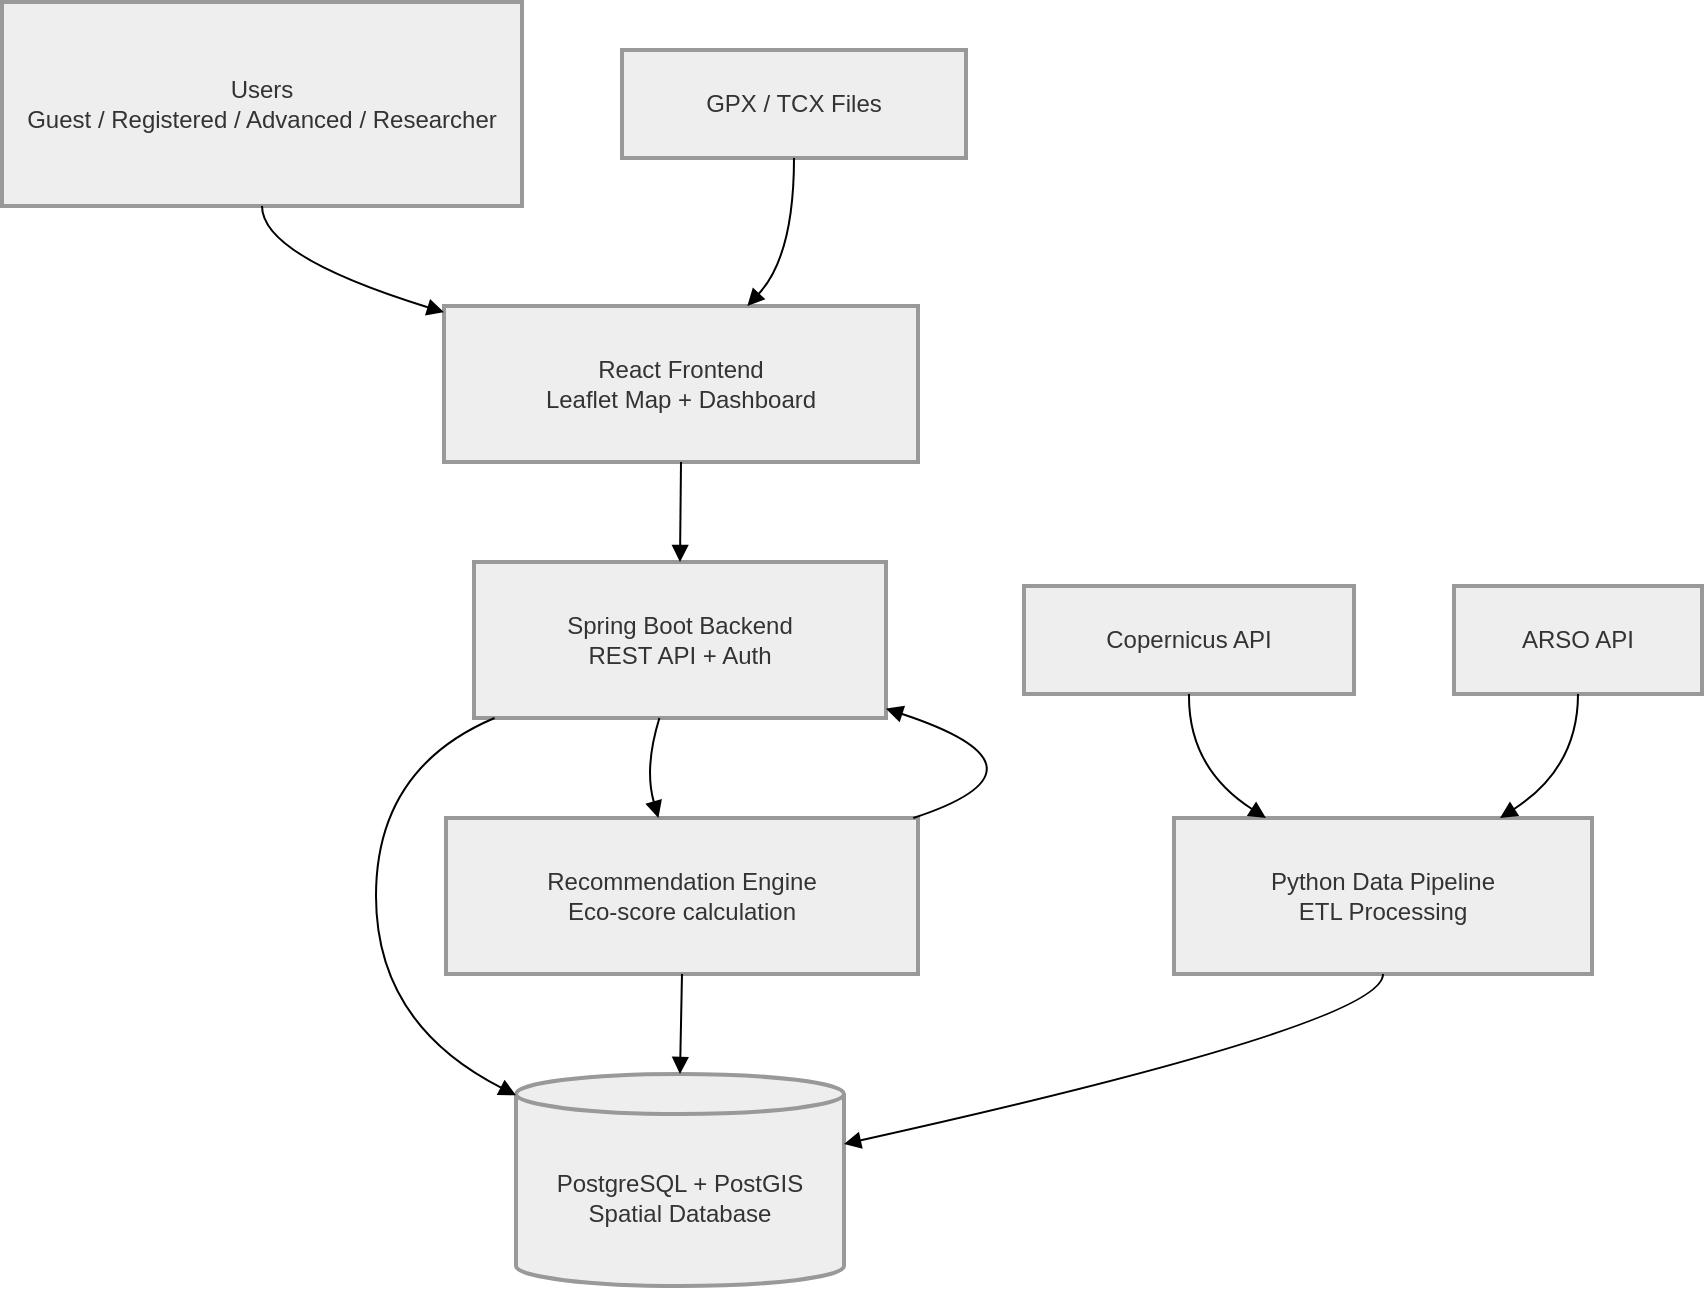
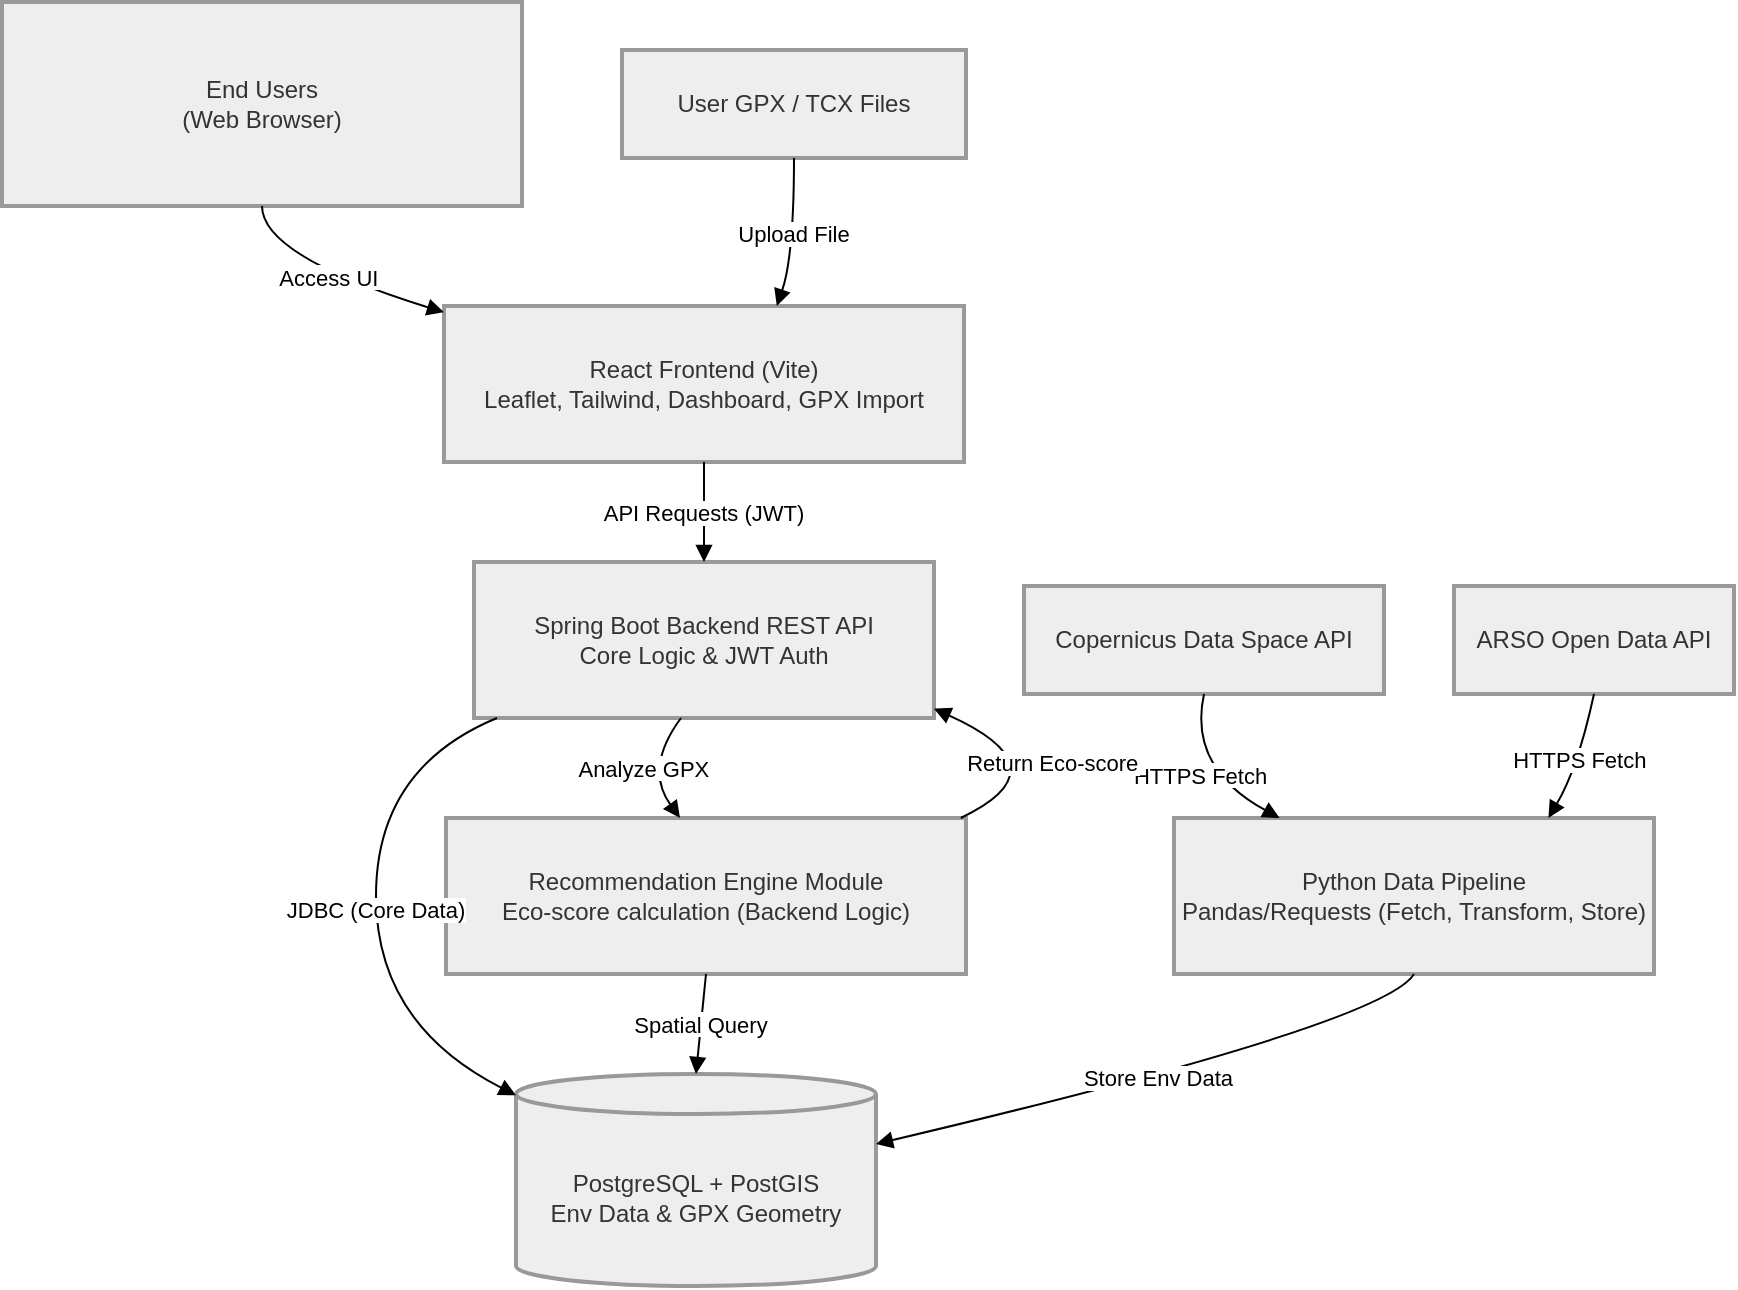
<mxfile host="app.diagrams.net">
  <diagram name="Page-1" id="U_t4-fAtqemPSVNyrnis">
    <mxGraphModel dx="1235" dy="937" grid="1" gridSize="10" guides="1" tooltips="1" connect="1" arrows="1" fold="1" page="1" pageScale="1" pageWidth="850" pageHeight="1100" math="0" shadow="0">
      <root>
        <mxCell id="0" />
        <mxCell id="1" parent="0" />
-         <mxCell id="7QgSK1ZEW6YmNKjq32Tt-1" parent="1" style="whiteSpace=wrap;strokeWidth=2;fillColor=light-dark(#eeeeee,#1f2020);strokeColor=light-dark(#999999,#cccccc);fontColor=light-dark(#333333,#cccccc);" value="Users&#xa;Guest / Registered / Advanced / Researcher" vertex="1">
+         <mxCell id="7QgSK1ZEW6YmNKjq32Tt-1" parent="1" style="whiteSpace=wrap;strokeWidth=2;fillColor=light-dark(#eeeeee,#1f2020);strokeColor=light-dark(#999999,#cccccc);fontColor=light-dark(#333333,#cccccc);" value="End Users&#xa;(Web Browser)" vertex="1">
          <mxGeometry height="102" width="260" x="20" y="20" as="geometry" />
        </mxCell>
-         <mxCell id="7QgSK1ZEW6YmNKjq32Tt-2" parent="1" style="whiteSpace=wrap;strokeWidth=2;fillColor=light-dark(#eeeeee,#1f2020);strokeColor=light-dark(#999999,#cccccc);fontColor=light-dark(#333333,#cccccc);" value="React Frontend&#xa;Leaflet Map + Dashboard" vertex="1">
-           <mxGeometry height="78" width="237" x="241" y="172" as="geometry" />
+         <mxCell id="7QgSK1ZEW6YmNKjq32Tt-2" parent="1" style="whiteSpace=wrap;strokeWidth=2;fillColor=light-dark(#eeeeee,#1f2020);strokeColor=light-dark(#999999,#cccccc);fontColor=light-dark(#333333,#cccccc);" value="React Frontend (Vite)&#xa;Leaflet, Tailwind, Dashboard, GPX Import" vertex="1">
+           <mxGeometry height="78" width="260" x="241" y="172" as="geometry" />
        </mxCell>
-         <mxCell id="7QgSK1ZEW6YmNKjq32Tt-3" parent="1" style="whiteSpace=wrap;strokeWidth=2;fillColor=light-dark(#eeeeee,#1f2020);strokeColor=light-dark(#999999,#cccccc);fontColor=light-dark(#333333,#cccccc);" value="Spring Boot Backend&#xa;REST API + Auth" vertex="1">
-           <mxGeometry height="78" width="206" x="256" y="300" as="geometry" />
+         <mxCell id="7QgSK1ZEW6YmNKjq32Tt-3" parent="1" style="whiteSpace=wrap;strokeWidth=2;fillColor=light-dark(#eeeeee,#1f2020);strokeColor=light-dark(#999999,#cccccc);fontColor=light-dark(#333333,#cccccc);" value="Spring Boot Backend REST API&#xa;Core Logic &amp; JWT Auth" vertex="1">
+           <mxGeometry height="78" width="230" x="256" y="300" as="geometry" />
        </mxCell>
-         <mxCell id="7QgSK1ZEW6YmNKjq32Tt-4" parent="1" style="shape=cylinder3;boundedLbl=1;backgroundOutline=1;size=10;strokeWidth=2;whiteSpace=wrap;fillColor=light-dark(#eeeeee,#1f2020);strokeColor=light-dark(#999999,#cccccc);fontColor=light-dark(#333333,#cccccc);" value="PostgreSQL + PostGIS&#xa;Spatial Database" vertex="1">
-           <mxGeometry height="106" width="164" x="277" y="556" as="geometry" />
+         <mxCell id="7QgSK1ZEW6YmNKjq32Tt-4" parent="1" style="shape=cylinder3;boundedLbl=1;backgroundOutline=1;size=10;strokeWidth=2;whiteSpace=wrap;fillColor=light-dark(#eeeeee,#1f2020);strokeColor=light-dark(#999999,#cccccc);fontColor=light-dark(#333333,#cccccc);" value="PostgreSQL + PostGIS&#xa;Env Data &amp; GPX Geometry" vertex="1">
+           <mxGeometry height="106" width="180" x="277" y="556" as="geometry" />
        </mxCell>
-         <mxCell id="7QgSK1ZEW6YmNKjq32Tt-5" parent="1" style="whiteSpace=wrap;strokeWidth=2;fillColor=light-dark(#eeeeee,#1f2020);strokeColor=light-dark(#999999,#cccccc);fontColor=light-dark(#333333,#cccccc);" value="Python Data Pipeline&#xa;ETL Processing" vertex="1">
-           <mxGeometry height="78" width="209" x="606" y="428" as="geometry" />
+         <mxCell id="7QgSK1ZEW6YmNKjq32Tt-5" parent="1" style="whiteSpace=wrap;strokeWidth=2;fillColor=light-dark(#eeeeee,#1f2020);strokeColor=light-dark(#999999,#cccccc);fontColor=light-dark(#333333,#cccccc);" value="Python Data Pipeline&#xa;Pandas/Requests (Fetch, Transform, Store)" vertex="1">
+           <mxGeometry height="78" width="240" x="606" y="428" as="geometry" />
        </mxCell>
-         <mxCell id="7QgSK1ZEW6YmNKjq32Tt-6" parent="1" style="whiteSpace=wrap;strokeWidth=2;fillColor=light-dark(#eeeeee,#1f2020);strokeColor=light-dark(#999999,#cccccc);fontColor=light-dark(#333333,#cccccc);" value="Copernicus API" vertex="1">
-           <mxGeometry height="54" width="165" x="531" y="312" as="geometry" />
+         <mxCell id="7QgSK1ZEW6YmNKjq32Tt-6" parent="1" style="whiteSpace=wrap;strokeWidth=2;fillColor=light-dark(#eeeeee,#1f2020);strokeColor=light-dark(#999999,#cccccc);fontColor=light-dark(#333333,#cccccc);" value="Copernicus Data Space API" vertex="1">
+           <mxGeometry height="54" width="180" x="531" y="312" as="geometry" />
        </mxCell>
-         <mxCell id="7QgSK1ZEW6YmNKjq32Tt-7" parent="1" style="whiteSpace=wrap;strokeWidth=2;fillColor=light-dark(#eeeeee,#1f2020);strokeColor=light-dark(#999999,#cccccc);fontColor=light-dark(#333333,#cccccc);" value="ARSO API" vertex="1">
-           <mxGeometry height="54" width="124" x="746" y="312" as="geometry" />
+         <mxCell id="7QgSK1ZEW6YmNKjq32Tt-7" parent="1" style="whiteSpace=wrap;strokeWidth=2;fillColor=light-dark(#eeeeee,#1f2020);strokeColor=light-dark(#999999,#cccccc);fontColor=light-dark(#333333,#cccccc);" value="ARSO Open Data API" vertex="1">
+           <mxGeometry height="54" width="140" x="746" y="312" as="geometry" />
        </mxCell>
-         <mxCell id="7QgSK1ZEW6YmNKjq32Tt-8" parent="1" style="whiteSpace=wrap;strokeWidth=2;fillColor=light-dark(#eeeeee,#1f2020);strokeColor=light-dark(#999999,#cccccc);fontColor=light-dark(#333333,#cccccc);" value="GPX / TCX Files" vertex="1">
+         <mxCell id="7QgSK1ZEW6YmNKjq32Tt-8" parent="1" style="whiteSpace=wrap;strokeWidth=2;fillColor=light-dark(#eeeeee,#1f2020);strokeColor=light-dark(#999999,#cccccc);fontColor=light-dark(#333333,#cccccc);" value="User GPX / TCX Files" vertex="1">
          <mxGeometry height="54" width="172" x="330" y="44" as="geometry" />
        </mxCell>
-         <mxCell id="7QgSK1ZEW6YmNKjq32Tt-9" parent="1" style="whiteSpace=wrap;strokeWidth=2;fillColor=light-dark(#eeeeee,#1f2020);strokeColor=light-dark(#999999,#cccccc);fontColor=light-dark(#333333,#cccccc);" value="Recommendation Engine&#xa;Eco-score calculation" vertex="1">
-           <mxGeometry height="78" width="236" x="242" y="428" as="geometry" />
+         <mxCell id="7QgSK1ZEW6YmNKjq32Tt-9" parent="1" style="whiteSpace=wrap;strokeWidth=2;fillColor=light-dark(#eeeeee,#1f2020);strokeColor=light-dark(#999999,#cccccc);fontColor=light-dark(#333333,#cccccc);" value="Recommendation Engine Module&#xa;Eco-score calculation (Backend Logic)" vertex="1">
+           <mxGeometry height="78" width="260" x="242" y="428" as="geometry" />
        </mxCell>
-         <mxCell id="7QgSK1ZEW6YmNKjq32Tt-10" edge="1" parent="1" source="7QgSK1ZEW6YmNKjq32Tt-1" style="curved=1;startArrow=none;endArrow=block;exitX=0.5;exitY=1;entryX=0;entryY=0.04;rounded=0;" target="7QgSK1ZEW6YmNKjq32Tt-2" value="">
+         <mxCell id="7QgSK1ZEW6YmNKjq32Tt-10" edge="1" parent="1" source="7QgSK1ZEW6YmNKjq32Tt-1" style="curved=1;startArrow=none;endArrow=block;exitX=0.5;exitY=1;entryX=0;entryY=0.04;rounded=0;" target="7QgSK1ZEW6YmNKjq32Tt-2" value="Access UI">
          <mxGeometry relative="1" as="geometry">
            <Array as="points">
              <mxPoint x="150" y="147" />
            </Array>
          </mxGeometry>
        </mxCell>
-         <mxCell id="7QgSK1ZEW6YmNKjq32Tt-11" edge="1" parent="1" source="7QgSK1ZEW6YmNKjq32Tt-2" style="curved=1;startArrow=none;endArrow=block;exitX=0.5;exitY=1;entryX=0.5;entryY=0;rounded=0;" target="7QgSK1ZEW6YmNKjq32Tt-3" value="">
+         <mxCell id="7QgSK1ZEW6YmNKjq32Tt-11" edge="1" parent="1" source="7QgSK1ZEW6YmNKjq32Tt-2" style="curved=1;startArrow=none;endArrow=block;exitX=0.5;exitY=1;entryX=0.5;entryY=0;rounded=0;" target="7QgSK1ZEW6YmNKjq32Tt-3" value="API Requests (JWT)">
          <mxGeometry relative="1" as="geometry">
            <Array as="points" />
          </mxGeometry>
        </mxCell>
-         <mxCell id="7QgSK1ZEW6YmNKjq32Tt-12" edge="1" parent="1" source="7QgSK1ZEW6YmNKjq32Tt-3" style="curved=1;startArrow=none;endArrow=block;exitX=0.05;exitY=1;entryX=0;entryY=0.1;rounded=0;" target="7QgSK1ZEW6YmNKjq32Tt-4" value="">
+         <mxCell id="7QgSK1ZEW6YmNKjq32Tt-12" edge="1" parent="1" source="7QgSK1ZEW6YmNKjq32Tt-3" style="curved=1;startArrow=none;endArrow=block;exitX=0.05;exitY=1;entryX=0;entryY=0.1;rounded=0;" target="7QgSK1ZEW6YmNKjq32Tt-4" value="JDBC (Core Data)">
          <mxGeometry relative="1" as="geometry">
            <Array as="points">
              <mxPoint x="207" y="403" />
              <mxPoint x="207" y="531" />
            </Array>
          </mxGeometry>
        </mxCell>
-         <mxCell id="7QgSK1ZEW6YmNKjq32Tt-13" edge="1" parent="1" source="7QgSK1ZEW6YmNKjq32Tt-8" style="curved=1;startArrow=none;endArrow=block;exitX=0.5;exitY=1;entryX=0.64;entryY=0;rounded=0;" target="7QgSK1ZEW6YmNKjq32Tt-2" value="">
+         <mxCell id="7QgSK1ZEW6YmNKjq32Tt-13" edge="1" parent="1" source="7QgSK1ZEW6YmNKjq32Tt-8" style="curved=1;startArrow=none;endArrow=block;exitX=0.5;exitY=1;entryX=0.64;entryY=0;rounded=0;" target="7QgSK1ZEW6YmNKjq32Tt-2" value="Upload File">
          <mxGeometry relative="1" as="geometry">
            <Array as="points">
              <mxPoint x="416" y="147" />
            </Array>
          </mxGeometry>
        </mxCell>
-         <mxCell id="7QgSK1ZEW6YmNKjq32Tt-14" edge="1" parent="1" source="7QgSK1ZEW6YmNKjq32Tt-6" style="curved=1;startArrow=none;endArrow=block;exitX=0.5;exitY=1;entryX=0.22;entryY=0;rounded=0;" target="7QgSK1ZEW6YmNKjq32Tt-5" value="">
+         <mxCell id="7QgSK1ZEW6YmNKjq32Tt-14" edge="1" parent="1" source="7QgSK1ZEW6YmNKjq32Tt-6" style="curved=1;startArrow=none;endArrow=block;exitX=0.5;exitY=1;entryX=0.22;entryY=0;rounded=0;" target="7QgSK1ZEW6YmNKjq32Tt-5" value="HTTPS Fetch">
          <mxGeometry relative="1" as="geometry">
            <Array as="points">
              <mxPoint x="613" y="403" />
            </Array>
          </mxGeometry>
        </mxCell>
-         <mxCell id="7QgSK1ZEW6YmNKjq32Tt-15" edge="1" parent="1" source="7QgSK1ZEW6YmNKjq32Tt-7" style="curved=1;startArrow=none;endArrow=block;exitX=0.5;exitY=1;entryX=0.78;entryY=0;rounded=0;" target="7QgSK1ZEW6YmNKjq32Tt-5" value="">
+         <mxCell id="7QgSK1ZEW6YmNKjq32Tt-15" edge="1" parent="1" source="7QgSK1ZEW6YmNKjq32Tt-7" style="curved=1;startArrow=none;endArrow=block;exitX=0.5;exitY=1;entryX=0.78;entryY=0;rounded=0;" target="7QgSK1ZEW6YmNKjq32Tt-5" value="HTTPS Fetch">
          <mxGeometry relative="1" as="geometry">
            <Array as="points">
              <mxPoint x="808" y="403" />
            </Array>
          </mxGeometry>
        </mxCell>
-         <mxCell id="7QgSK1ZEW6YmNKjq32Tt-16" edge="1" parent="1" source="7QgSK1ZEW6YmNKjq32Tt-5" style="curved=1;startArrow=none;endArrow=block;exitX=0.5;exitY=1;entryX=1;entryY=0.33;rounded=0;" target="7QgSK1ZEW6YmNKjq32Tt-4" value="">
+         <mxCell id="7QgSK1ZEW6YmNKjq32Tt-16" edge="1" parent="1" source="7QgSK1ZEW6YmNKjq32Tt-5" style="curved=1;startArrow=none;endArrow=block;exitX=0.5;exitY=1;entryX=1;entryY=0.33;rounded=0;" target="7QgSK1ZEW6YmNKjq32Tt-4" value="Store Env Data">
          <mxGeometry relative="1" as="geometry">
            <Array as="points">
              <mxPoint x="711" y="531" />
            </Array>
          </mxGeometry>
        </mxCell>
-         <mxCell id="7QgSK1ZEW6YmNKjq32Tt-17" edge="1" parent="1" source="7QgSK1ZEW6YmNKjq32Tt-3" style="curved=1;startArrow=none;endArrow=block;exitX=0.45;exitY=1;entryX=0.45;entryY=0;rounded=0;" target="7QgSK1ZEW6YmNKjq32Tt-9" value="">
+         <mxCell id="7QgSK1ZEW6YmNKjq32Tt-17" edge="1" parent="1" source="7QgSK1ZEW6YmNKjq32Tt-3" style="curved=1;startArrow=none;endArrow=block;exitX=0.45;exitY=1;entryX=0.45;entryY=0;rounded=0;" target="7QgSK1ZEW6YmNKjq32Tt-9" value="Analyze GPX">
          <mxGeometry relative="1" as="geometry">
            <Array as="points">
              <mxPoint x="341" y="403" />
            </Array>
          </mxGeometry>
        </mxCell>
-         <mxCell id="7QgSK1ZEW6YmNKjq32Tt-18" edge="1" parent="1" source="7QgSK1ZEW6YmNKjq32Tt-9" style="curved=1;startArrow=none;endArrow=block;exitX=0.5;exitY=1;entryX=0.5;entryY=0;rounded=0;" target="7QgSK1ZEW6YmNKjq32Tt-4" value="">
+         <mxCell id="7QgSK1ZEW6YmNKjq32Tt-18" edge="1" parent="1" source="7QgSK1ZEW6YmNKjq32Tt-9" style="curved=1;startArrow=none;endArrow=block;exitX=0.5;exitY=1;entryX=0.5;entryY=0;rounded=0;" target="7QgSK1ZEW6YmNKjq32Tt-4" value="Spatial Query">
          <mxGeometry relative="1" as="geometry">
            <Array as="points" />
          </mxGeometry>
        </mxCell>
-         <mxCell id="7QgSK1ZEW6YmNKjq32Tt-19" edge="1" parent="1" source="7QgSK1ZEW6YmNKjq32Tt-9" style="curved=1;startArrow=none;endArrow=block;exitX=0.99;exitY=0;entryX=1;entryY=0.94;rounded=0;" target="7QgSK1ZEW6YmNKjq32Tt-3" value="">
+         <mxCell id="7QgSK1ZEW6YmNKjq32Tt-19" edge="1" parent="1" source="7QgSK1ZEW6YmNKjq32Tt-9" style="curved=1;startArrow=none;endArrow=block;exitX=0.99;exitY=0;entryX=1;entryY=0.94;rounded=0;" target="7QgSK1ZEW6YmNKjq32Tt-3" value="Return Eco-score">
          <mxGeometry relative="1" as="geometry">
            <Array as="points">
              <mxPoint x="552" y="403" />
            </Array>
          </mxGeometry>
        </mxCell>
      </root>
    </mxGraphModel>
  </diagram>
- </mxfile>
+ </mxfile>